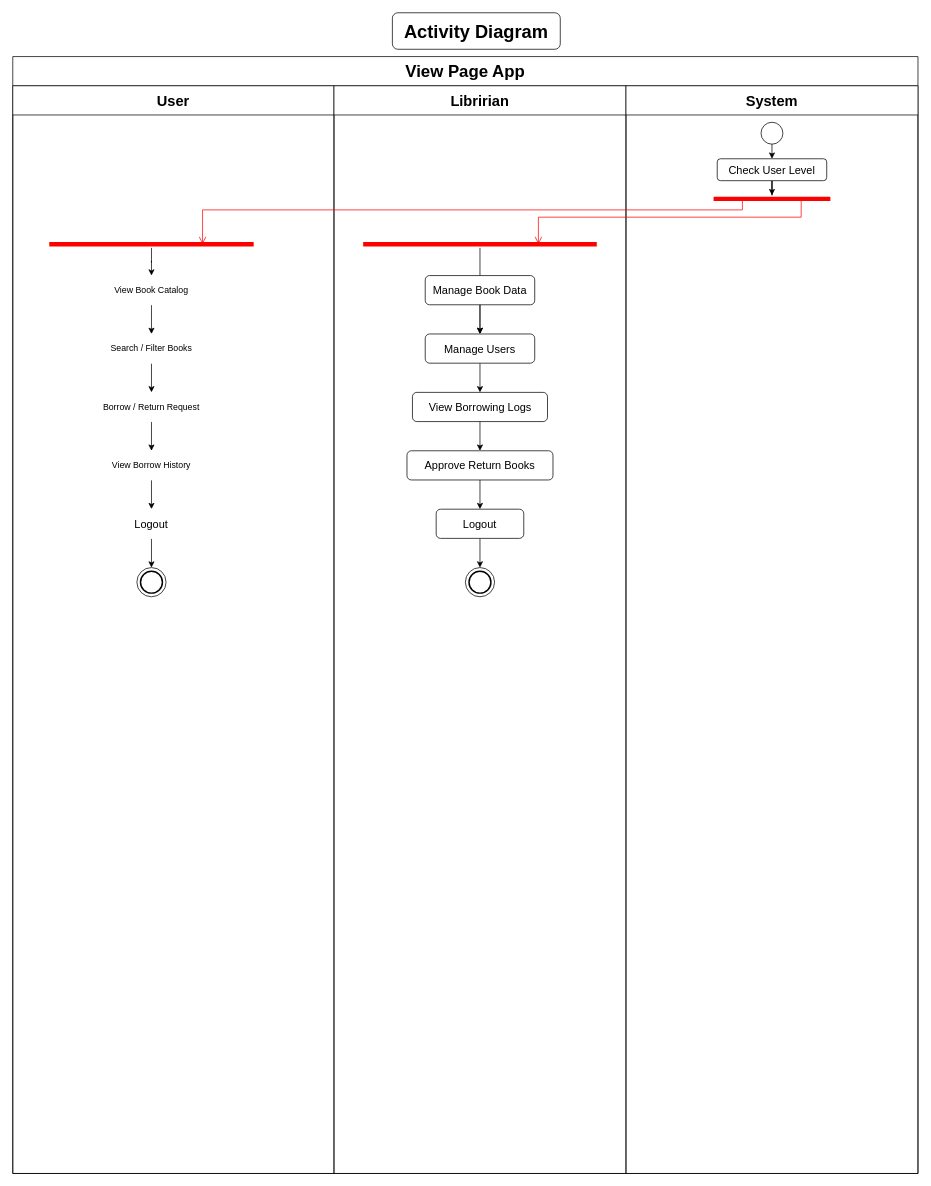
Above: page "viewPage_activity" (4 of 5) of config-learn.drawio in Anggieta2/konfigure_BE-learn (draw.io), before the change. Source tidied: cells renumbered, new cells numbered last; positions are measured from the earlier drawing's top-left corner, leaving out a move shared by most shapes. Both pictures are drawn from the tidied source at 73%, with x=0, y=0 at pixel (12, 12).
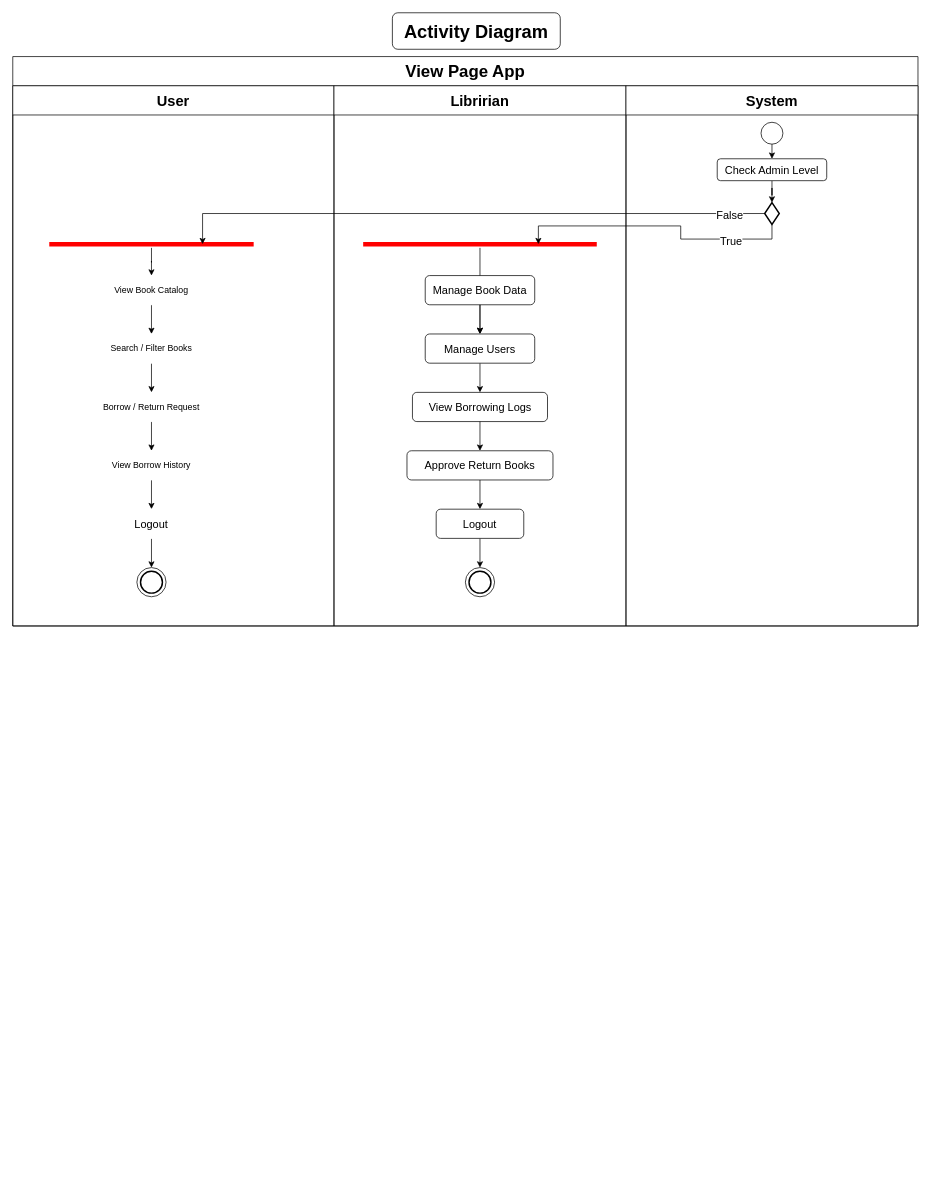
The same diagram, later.

Commit message:
finally manage users activity diagram

Unchanged cells that the change refers to:
```xml
<mxCell id="5" style="shape=line;html=1;strokeWidth=6;strokeColor=#ff0000;" parent="3" vertex="1">
  <mxGeometry x="50" y="212" width="280" height="10" as="geometry" />
</mxCell>
<mxCell id="20" style="shape=line;html=1;strokeWidth=6;strokeColor=#ff0000;" parent="18" vertex="1">
  <mxGeometry x="40" y="212" width="320" height="10" as="geometry" />
</mxCell>
```

The edit, as a diff of the source:
```diff
@@
     <mxCell id="2" value="&lt;font style=&quot;font-size: 23px;&quot;&gt;View Page App&lt;/font&gt;" style="swimlane;whiteSpace=wrap;html=1;startSize=40;fillColor=none;fontColor=light-dark(#000000,#FFFFFF);" parent="1" vertex="1">
-      <mxGeometry y="60" width="1240" height="1530" as="geometry" />
+      <mxGeometry y="60" width="1240" height="780" as="geometry" />
     </mxCell>
     <mxCell id="3" value="&lt;font style=&quot;font-size: 20px;&quot;&gt;User&lt;/font&gt;" style="swimlane;whiteSpace=wrap;html=1;startSize=40;textShadow=0;" parent="2" vertex="1">
-      <mxGeometry y="40" width="440" height="1490" as="geometry" />
+      <mxGeometry y="40" width="440" height="740" as="geometry" />
     </mxCell>
@@
     <mxCell id="18" value="&lt;font style=&quot;font-size: 20px;&quot;&gt;Libririan&lt;/font&gt;" style="swimlane;whiteSpace=wrap;html=1;startSize=40;textShadow=0;" parent="2" vertex="1">
-      <mxGeometry x="440" y="40" width="400" height="1490" as="geometry" />
+      <mxGeometry x="440" y="40" width="400" height="740" as="geometry" />
     </mxCell>
@@
     <mxCell id="33" value="&lt;font&gt;System&lt;/font&gt;" style="swimlane;whiteSpace=wrap;html=1;startSize=40;fontColor=light-dark(#000000,#FFFFFF);fontSize=20;" parent="2" vertex="1">
-      <mxGeometry x="840" y="40" width="400" height="1490" as="geometry" />
+      <mxGeometry x="840" y="40" width="400" height="740" as="geometry" />
     </mxCell>
@@
-    <mxCell id="35" style="edgeStyle=orthogonalEdgeStyle;rounded=0;jettySize=auto;html=1;exitX=0.5;exitY=1;exitDx=0;exitDy=0;" parent="33" edge="1" source="36" target="38">
-      <mxGeometry relative="1" as="geometry" />
-    </mxCell>
+    <mxCell id="42" style="edgeStyle=orthogonalEdgeStyle;rounded=0;jettySize=auto;html=1;" parent="33" edge="1" source="36" target="43">
+      <mxGeometry relative="1" as="geometry" />
+    </mxCell>
-    <mxCell id="36" value="&lt;font style=&quot;font-size: 15px;&quot;&gt;Check User Level&lt;/font&gt;" style="rounded=1;whiteSpace=wrap;html=1;fontSize=18;" parent="33" vertex="1">
+    <mxCell id="36" value="&lt;font style=&quot;font-size: 15px;&quot;&gt;Check Admin Level&lt;/font&gt;" style="rounded=1;whiteSpace=wrap;html=1;fontSize=18;" parent="33" vertex="1">
       <mxGeometry x="125" y="100" width="150" height="30" as="geometry" />
     </mxCell>
@@
-    <mxCell id="38" style="shape=line;html=1;strokeWidth=6;strokeColor=#ff0000;" parent="33" vertex="1">
-      <mxGeometry x="120" y="150" width="160" height="10" as="geometry" />
-    </mxCell>
-    <mxCell id="39" style="edgeStyle=orthogonalEdgeStyle;html=1;verticalAlign=bottom;endArrow=open;endSize=8;strokeColor=#ff0000;rounded=0;exitX=0.75;exitY=0.5;exitDx=0;exitDy=0;exitPerimeter=0;entryX=0.75;entryY=0.5;entryDx=0;entryDy=0;entryPerimeter=0;" parent="2" edge="1" source="38" target="20">
-      <mxGeometry relative="1" as="geometry">
-        <Array as="points">
-          <mxPoint x="1080" y="220" />
-          <mxPoint x="720" y="220" />
-        </Array>
-      </mxGeometry>
-    </mxCell>
-    <mxCell id="40" style="edgeStyle=orthogonalEdgeStyle;html=1;verticalAlign=bottom;endArrow=open;endSize=8;strokeColor=#ff0000;rounded=0;exitX=0.247;exitY=0.599;exitDx=0;exitDy=0;exitPerimeter=0;entryX=0.75;entryY=0.5;entryDx=0;entryDy=0;entryPerimeter=0;" parent="2" edge="1" source="38" target="5">
-      <mxGeometry relative="1" as="geometry">
-        <Array as="points">
-          <mxPoint x="1000" y="210" />
-          <mxPoint x="260" y="210" />
-        </Array>
-      </mxGeometry>
-    </mxCell>
+    <mxCell id="43" style="strokeWidth=2;html=1;shape=mxgraph.flowchart.decision;whiteSpace=wrap;" parent="33" vertex="1">
+      <mxGeometry x="190" y="160" width="20" height="30" as="geometry" />
+    </mxCell>
+    <mxCell id="44" style="edgeStyle=orthogonalEdgeStyle;rounded=0;jettySize=auto;html=1;exitX=0;exitY=0.5;exitDx=0;exitDy=0;exitPerimeter=0;entryX=0.75;entryY=0.5;entryDx=0;entryDy=0;entryPerimeter=0;" parent="2" edge="1" source="43" target="5">
+      <mxGeometry relative="1" as="geometry">
+        <Array as="points">
+          <mxPoint x="260" y="215" />
+        </Array>
+      </mxGeometry>
+    </mxCell>
+    <mxCell id="45" value="False" style="edgeLabel;html=1;align=center;verticalAlign=middle;fontSize=15;" parent="44" vertex="1">
+      <mxGeometry x="-0.88" y="1" relative="1" as="geometry" />
+    </mxCell>
+    <mxCell id="46" style="edgeStyle=orthogonalEdgeStyle;rounded=0;jettySize=auto;html=1;exitX=0.5;exitY=1;exitDx=0;exitDy=0;exitPerimeter=0;entryX=0.75;entryY=0.5;entryDx=0;entryDy=0;entryPerimeter=0;fontSize=15;" parent="2" edge="1" source="43" target="20">
+      <mxGeometry relative="1" as="geometry" />
+    </mxCell>
+    <mxCell id="47" value="True" style="edgeLabel;html=1;align=center;verticalAlign=middle;fontSize=15;" parent="46" vertex="1">
+      <mxGeometry x="-0.6" y="1" relative="1" as="geometry">
+        <mxPoint y="1" as="offset" />
+      </mxGeometry>
+    </mxCell>
```
